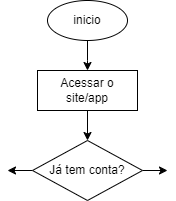
This is fluxograma.drawio.png from Andynlx01/fluxograma.aprensa-o, a draw.io export, as it was before one commit. Source tidied: cells renumbered, new cells last; positions are measured from the earlier drawing's top-left corner, leaving out a move shared by most shapes.
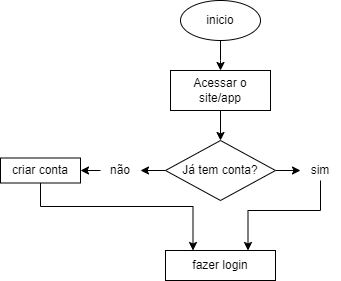
Later version of the same file.

Change to the diagram source:
```diff
@@ -32,5 +32,38 @@
     <mxCell id="8" value="Já tem conta?" style="rhombus;whiteSpace=wrap;html=1;" parent="1" vertex="1">
       <mxGeometry x="25" y="140" width="110" height="60" as="geometry" />
     </mxCell>
+    <mxCell id="9" style="edgeStyle=orthogonalEdgeStyle;rounded=0;jettySize=auto;html=1;entryX=0.75;entryY=0;entryDx=0;entryDy=0;" parent="1" edge="1" source="10" target="15">
+      <mxGeometry relative="1" as="geometry">
+        <Array as="points">
+          <mxPoint x="180" y="210" />
+          <mxPoint x="108" y="210" />
+        </Array>
+      </mxGeometry>
+    </mxCell>
+    <mxCell id="10" value="sim" style="text;strokeColor=none;align=center;fillColor=none;html=1;verticalAlign=middle;whiteSpace=wrap;rounded=0;" parent="1" vertex="1">
+      <mxGeometry x="160" y="160" width="40" height="20" as="geometry" />
+    </mxCell>
+    <mxCell id="11" style="edgeStyle=orthogonalEdgeStyle;rounded=0;jettySize=auto;html=1;" parent="1" edge="1" source="12">
+      <mxGeometry relative="1" as="geometry">
+        <mxPoint x="-60" y="170" as="targetPoint" />
+      </mxGeometry>
+    </mxCell>
+    <mxCell id="12" value="não" style="text;strokeColor=none;align=center;fillColor=none;html=1;verticalAlign=middle;whiteSpace=wrap;rounded=0;" parent="1" vertex="1">
+      <mxGeometry x="-40" y="160" width="40" height="20" as="geometry" />
+    </mxCell>
+    <mxCell id="13" style="edgeStyle=orthogonalEdgeStyle;rounded=0;jettySize=auto;html=1;entryX=0.25;entryY=0;entryDx=0;entryDy=0;" parent="1" edge="1" source="14" target="15">
+      <mxGeometry relative="1" as="geometry">
+        <Array as="points">
+          <mxPoint x="-100" y="206" />
+          <mxPoint x="53" y="206" />
+        </Array>
+      </mxGeometry>
+    </mxCell>
+    <mxCell id="14" value="criar conta" style="rounded=0;whiteSpace=wrap;html=1;" parent="1" vertex="1">
+      <mxGeometry x="-140" y="157.5" width="80" height="25" as="geometry" />
+    </mxCell>
+    <mxCell id="15" value="fazer login" style="rounded=0;whiteSpace=wrap;html=1;" parent="1" vertex="1">
+      <mxGeometry x="25" y="250" width="110" height="30" as="geometry" />
+    </mxCell>
   </root>
 </mxGraphModel>
```
